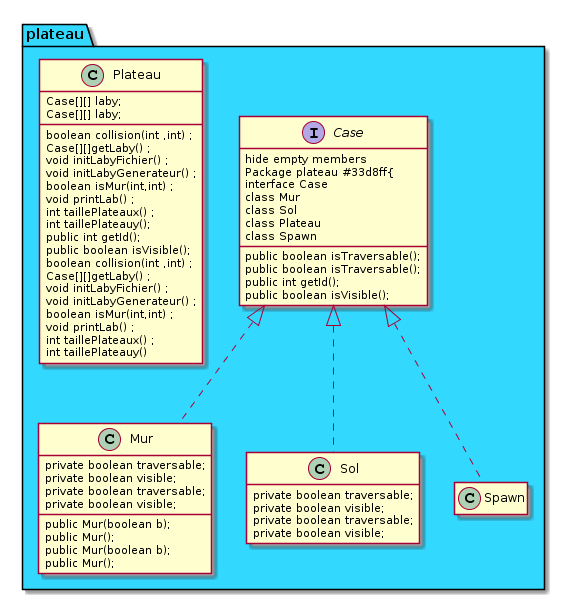
The PlantUML diagram src/diagramme/Image/package_plateau.png in Proewyn/ACL2018_ITeam, before a commit.
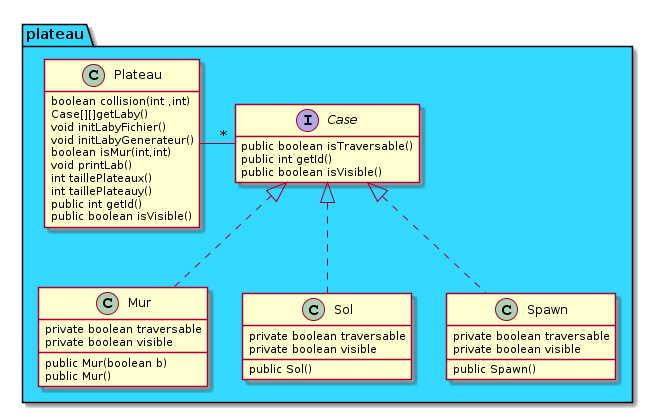
Later version of the same file.

The edit, as a diff of the source:
```diff
@@ -5,70 +5,45 @@
 class Mur
 class Sol
 class Plateau
-class Spawn
+class Spawn{
+private boolean traversable
+private boolean visible
+public Spawn()
+}
+}
+
+interface Case{
+public boolean isTraversable()
+public int getId()
+public boolean isVisible()
+}
+
+class Plateau{
+boolean collision(int ,int)
+Case[][]getLaby()
+void initLabyFichier()
+void initLabyGenerateur()
+boolean isMur(int,int)
+void printLab()
+int taillePlateaux()
+int taillePlateauy()
+public int getId()
+public boolean isVisible()
+}
+class Mur{
+private boolean traversable
+private boolean visible
+public Mur(boolean b)
+public Mur()
+}
+class Sol{
+private boolean traversable
+private boolean visible
+public Sol()
+}
+
+Plateau -"*" Case
 Case<|..Mur
 Case<|..Sol
 Case<|..Spawn
-}
-
-interface Case{
-public boolean isTraversable();
-hide empty members
-Package plateau #33d8ff{
-interface Case
-class Mur
-class Sol
-class Plateau
-class Spawn
-}
-
-interface Case{
-public boolean isTraversable();
-public int getId();
-public boolean isVisible();
-}
-class Mur{
-private boolean traversable;
-private boolean visible;
-public Mur(boolean b);
-public Mur();
-}
-class Sol{
-private boolean traversable;
-private boolean visible;
-}
-class Plateau{
-Case[][] laby;
-boolean collision(int ,int) ;
-Case[][]getLaby() ;
-void initLabyFichier() ;
-void initLabyGenerateur() ;
-boolean isMur(int,int) ;
-void printLab() ;
-int taillePlateaux() ;
-int taillePlateauy();
-public int getId();
-public boolean isVisible();
-}
-class Mur{
-private boolean traversable;
-private boolean visible;
-public Mur(boolean b);
-public Mur();
-}
-class Sol{
-private boolean traversable;
-private boolean visible;
-}
-class Plateau{
-Case[][] laby;
-boolean collision(int ,int) ;
-Case[][]getLaby() ;
-void initLabyFichier() ;
-void initLabyGenerateur() ;
-boolean isMur(int,int) ;
-void printLab() ;
-int taillePlateaux() ;
-int taillePlateauy()
-}
 @enduml
```
